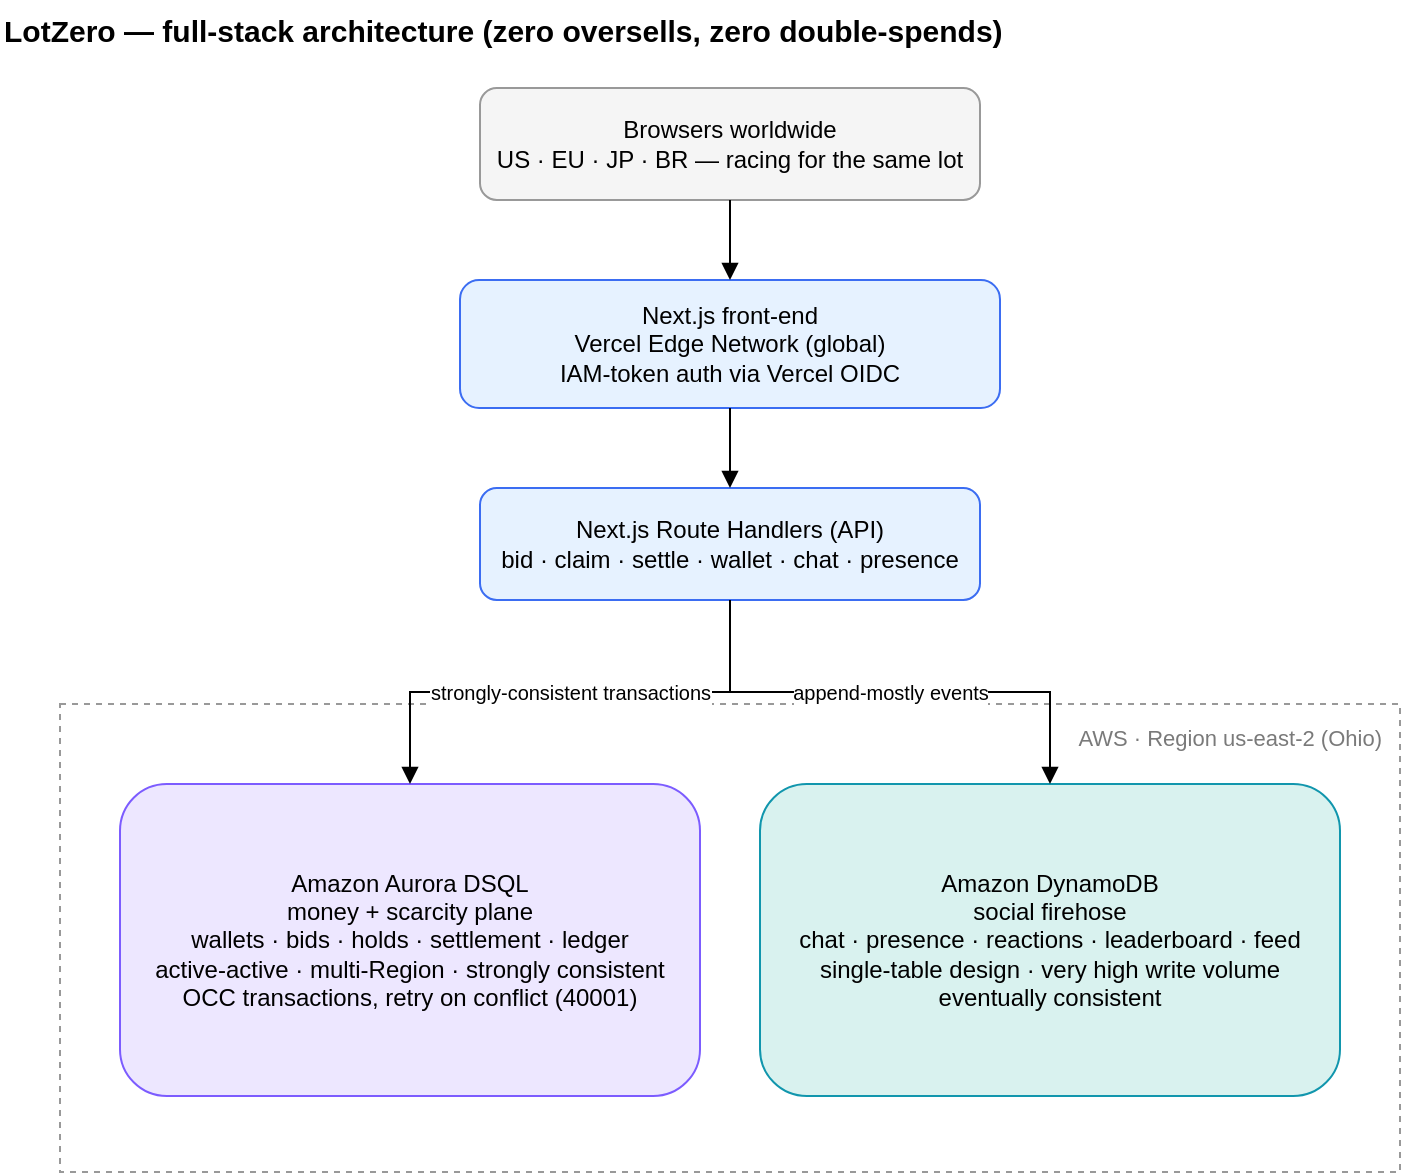
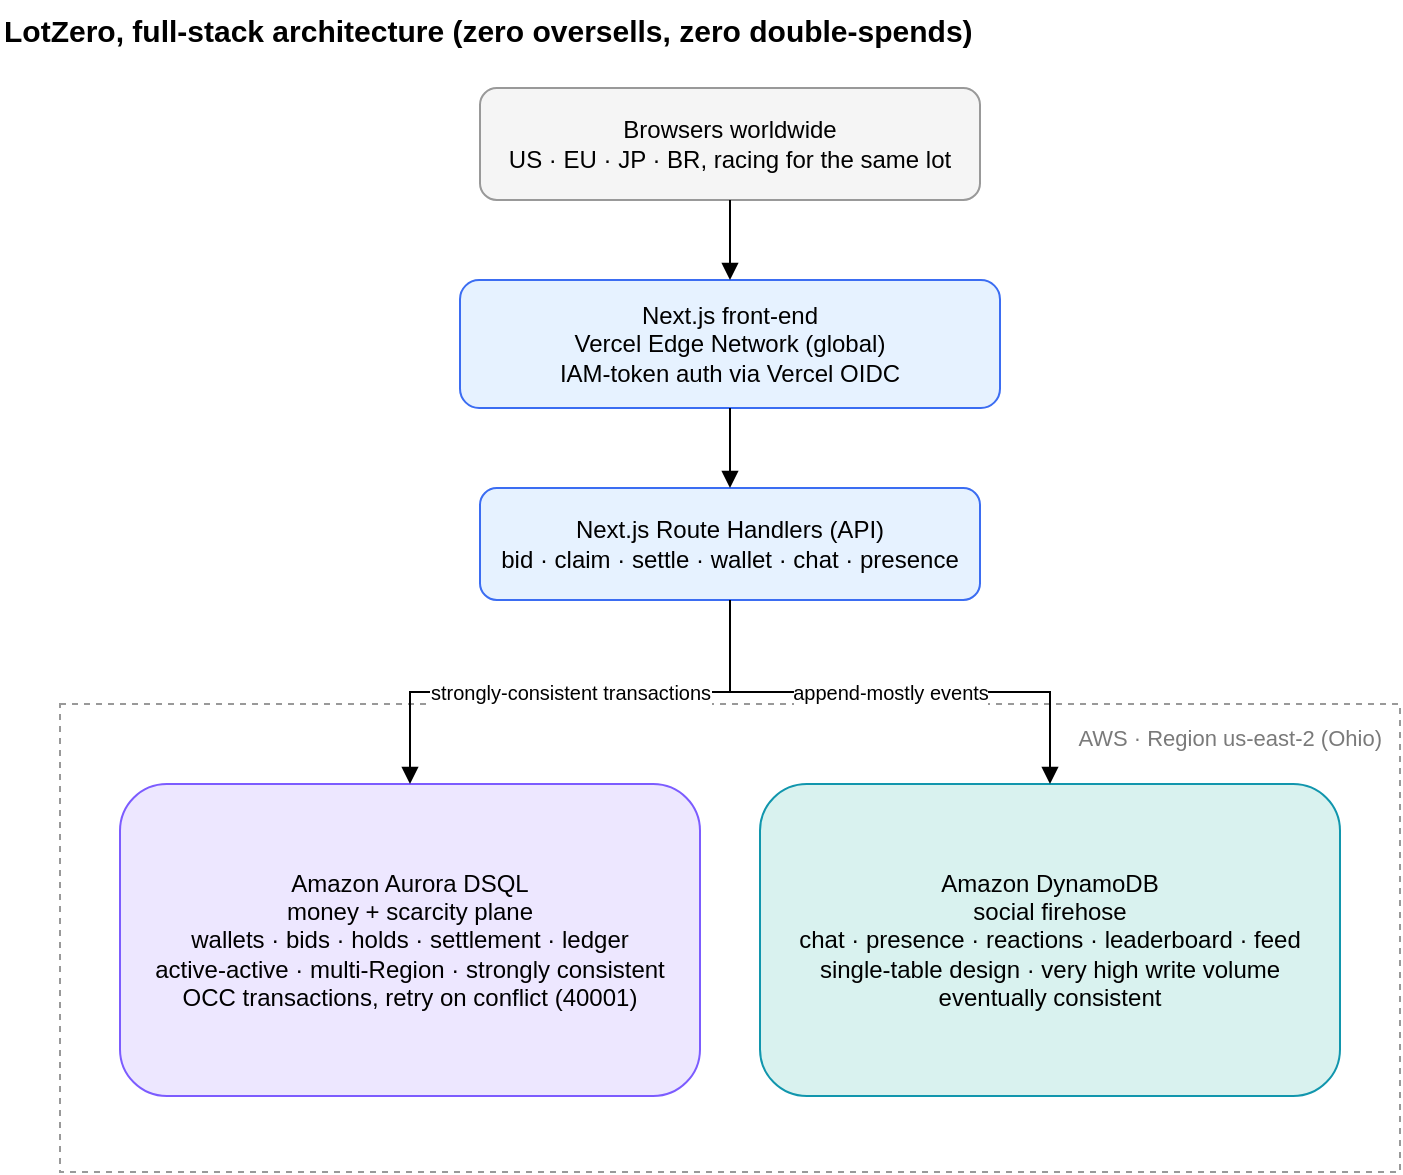
<mxfile host="app.diagrams.net" type="device">
  <diagram id="lotzero-arch" name="LotZero architecture">
    <mxGraphModel dx="900" dy="640" grid="1" gridSize="10" guides="1" tooltips="1" connect="1" arrows="1" fold="1" page="1" pageScale="1" pageWidth="850" pageHeight="650" math="0" shadow="0">
      <root>
        <mxCell id="0" />
        <mxCell id="1" parent="0" />

-         <mxCell id="title" value="LotZero — full-stack architecture (zero oversells, zero double-spends)" style="text;html=1;align=left;fontSize=15;fontStyle=1;" vertex="1" parent="1">
+         <mxCell id="title" value="LotZero, full-stack architecture (zero oversells, zero double-spends)" style="text;html=1;align=left;fontSize=15;fontStyle=1;" vertex="1" parent="1">
          <mxGeometry x="60" y="20" width="620" height="24" as="geometry" />
        </mxCell>

-         <mxCell id="browsers" value="Browsers worldwide&#10;US · EU · JP · BR — racing for the same lot" style="rounded=1;whiteSpace=wrap;html=1;fillColor=#F5F5F5;strokeColor=#999999;" vertex="1" parent="1">
+         <mxCell id="browsers" value="Browsers worldwide&#10;US · EU · JP · BR, racing for the same lot" style="rounded=1;whiteSpace=wrap;html=1;fillColor=#F5F5F5;strokeColor=#999999;" vertex="1" parent="1">
          <mxGeometry x="300" y="64" width="250" height="56" as="geometry" />
        </mxCell>

        <mxCell id="ui" value="Next.js front-end&#10;Vercel Edge Network (global)&#10;IAM-token auth via Vercel OIDC" style="rounded=1;whiteSpace=wrap;html=1;fillColor=#E6F2FF;strokeColor=#3B6DF2;" vertex="1" parent="1">
          <mxGeometry x="290" y="160" width="270" height="64" as="geometry" />
        </mxCell>

        <mxCell id="api" value="Next.js Route Handlers (API)&#10;bid · claim · settle · wallet · chat · presence" style="rounded=1;whiteSpace=wrap;html=1;fillColor=#E6F2FF;strokeColor=#3B6DF2;" vertex="1" parent="1">
          <mxGeometry x="300" y="264" width="250" height="56" as="geometry" />
        </mxCell>

        <mxCell id="awsgroup" value="AWS · Region us-east-2 (Ohio)" style="rounded=0;dashed=1;html=1;verticalAlign=top;align=right;spacingRight=8;spacingTop=4;fontSize=11;fontColor=#7A7A7A;strokeColor=#999999;fillColor=none;" vertex="1" parent="1">
          <mxGeometry x="90" y="372" width="670" height="234" as="geometry" />
        </mxCell>

        <mxCell id="dsql" value="Amazon Aurora DSQL&#10;money + scarcity plane&#10;wallets · bids · holds · settlement · ledger&#10;active-active · multi-Region · strongly consistent&#10;OCC transactions, retry on conflict (40001)" style="rounded=1;whiteSpace=wrap;html=1;fillColor=#EDE7FF;strokeColor=#7C5CFF;" vertex="1" parent="1">
          <mxGeometry x="120" y="412" width="290" height="156" as="geometry" />
        </mxCell>

        <mxCell id="ddb" value="Amazon DynamoDB&#10;social firehose&#10;chat · presence · reactions · leaderboard · feed&#10;single-table design · very high write volume&#10;eventually consistent" style="rounded=1;whiteSpace=wrap;html=1;fillColor=#D9F2EF;strokeColor=#1196AD;" vertex="1" parent="1">
          <mxGeometry x="440" y="412" width="290" height="156" as="geometry" />
        </mxCell>

        <mxCell id="e1" style="edgeStyle=orthogonalEdgeStyle;rounded=0;html=1;endArrow=block;" edge="1" parent="1" source="browsers" target="ui">
          <mxGeometry relative="1" as="geometry" />
        </mxCell>
        <mxCell id="e2" style="edgeStyle=orthogonalEdgeStyle;rounded=0;html=1;endArrow=block;" edge="1" parent="1" source="ui" target="api">
          <mxGeometry relative="1" as="geometry" />
        </mxCell>
        <mxCell id="e3" value="strongly-consistent transactions" style="edgeStyle=orthogonalEdgeStyle;rounded=0;html=1;endArrow=block;fontSize=10;" edge="1" parent="1" source="api" target="dsql">
          <mxGeometry relative="1" as="geometry" />
        </mxCell>
        <mxCell id="e4" value="append-mostly events" style="edgeStyle=orthogonalEdgeStyle;rounded=0;html=1;endArrow=block;fontSize=10;" edge="1" parent="1" source="api" target="ddb">
          <mxGeometry relative="1" as="geometry" />
        </mxCell>
      </root>
    </mxGraphModel>
  </diagram>
</mxfile>
